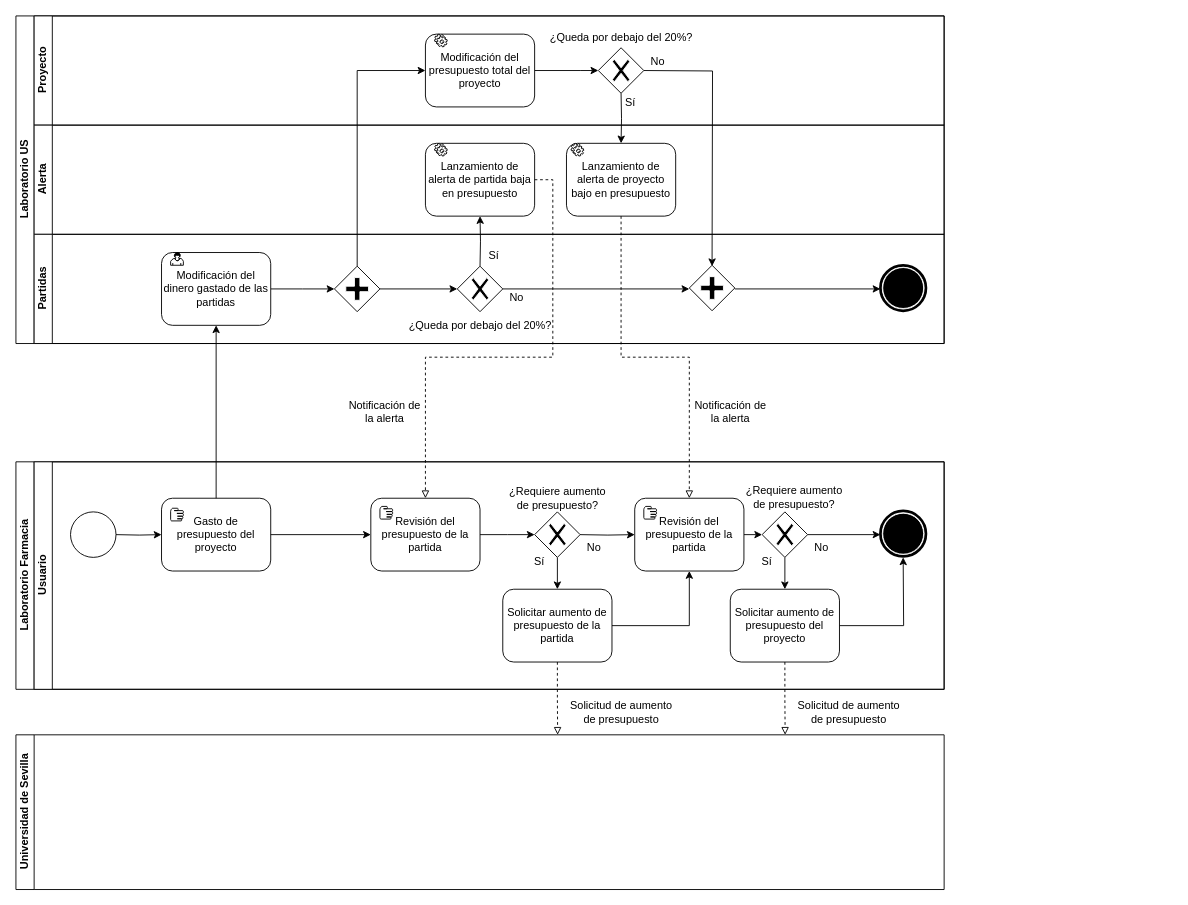
Above: 4 Necesidades de negocio/4.2 Modelos de procesos de negocio a implantar/ModificarPartidaAlGastarBPMN-Implantar.drawio in Franbr31/IR-project (draw.io), before the change. Source tidied: cells renumbered, new cells numbered last; positions are measured from the earlier drawing's top-left corner, leaving out a move shared by most shapes. Both pictures are drawn from the tidied source at 91%, with x=0, y=0 at pixel (15, 15).
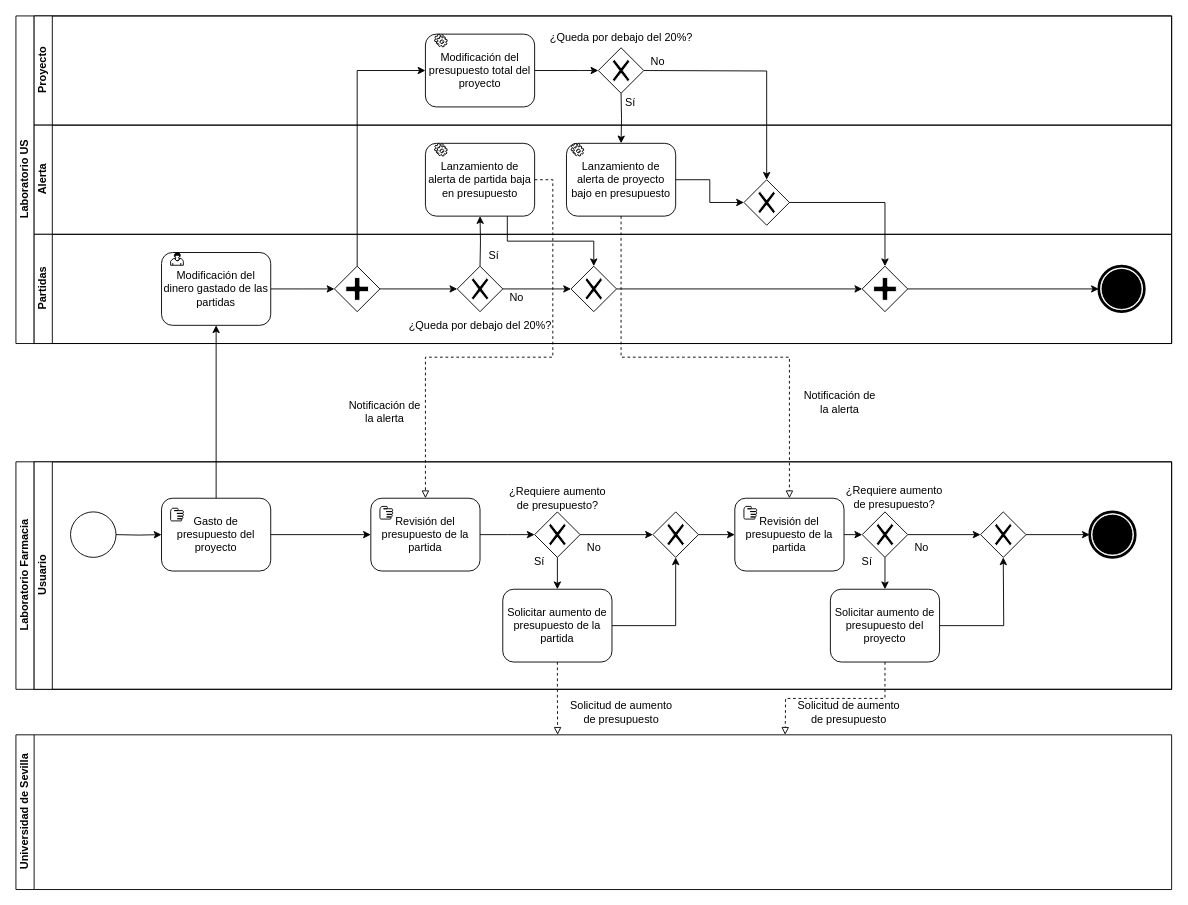
After the change.

The change refers to these unchanged cells:
```xml
<mxCell id="13" value="Lanzamiento de alerta de partida baja en presupuesto" style="shape=ext;rounded=1;html=1;whiteSpace=wrap;" parent="12" vertex="1">
  <mxGeometry x="430" y="20" width="120" height="80" as="geometry" />
</mxCell>
<mxCell id="15" value="Lanzamiento de alerta de proyecto bajo en presupuesto" style="shape=ext;rounded=1;html=1;whiteSpace=wrap;" parent="12" vertex="1">
  <mxGeometry x="585" y="20" width="120" height="80" as="geometry" />
</mxCell>
<mxCell id="28" style="shape=mxgraph.bpmn.shape;html=1;verticalLabelPosition=bottom;labelBackgroundColor=#ffffff;verticalAlign=top;align=center;perimeter=rhombusPerimeter;background=gateway;outlineConnect=0;outline=none;symbol=exclusiveGw;" parent="17" vertex="1">
  <mxGeometry x="465" y="35" width="50" height="50" as="geometry" />
</mxCell>
<mxCell id="51" value="Solicitar aumento de presupuesto de la partida" style="shape=ext;rounded=1;html=1;whiteSpace=wrap;" parent="35" vertex="1">
  <mxGeometry x="515" y="140" width="120" height="80" as="geometry" />
</mxCell>
<mxCell id="62" style="shape=mxgraph.bpmn.shape;html=1;verticalLabelPosition=bottom;labelBackgroundColor=#ffffff;verticalAlign=top;align=center;perimeter=rhombusPerimeter;background=gateway;outlineConnect=0;outline=none;symbol=exclusiveGw;" parent="35" vertex="1">
  <mxGeometry x="550" y="55" width="50" height="50" as="geometry" />
</mxCell>
```

Change to the diagram source:
```diff
@@
     <mxCell id="2" value="Laboratorio US" style="swimlane;html=1;horizontal=0;startSize=20;" parent="1" vertex="1">
-      <mxGeometry width="1020" height="360" as="geometry" />
+      <mxGeometry width="1270" height="360" as="geometry" />
     </mxCell>
@@
     <mxCell id="4" value="Proyecto" style="swimlane;html=1;startSize=20;horizontal=0;" parent="2" vertex="1">
-      <mxGeometry x="20" width="1000" height="120" as="geometry" />
+      <mxGeometry x="20" width="1250" height="120" as="geometry" />
     </mxCell>
@@
     <mxCell id="12" value="Alerta" style="swimlane;html=1;startSize=20;horizontal=0;" parent="2" vertex="1">
-      <mxGeometry x="20" y="120" width="1000" height="120" as="geometry" />
+      <mxGeometry x="20" y="120" width="1250" height="120" as="geometry" />
     </mxCell>
@@
+    <mxCell id="74" style="shape=mxgraph.bpmn.shape;html=1;verticalLabelPosition=bottom;labelBackgroundColor=#ffffff;verticalAlign=top;align=center;perimeter=rhombusPerimeter;background=gateway;outlineConnect=0;outline=none;symbol=exclusiveGw;" parent="12" vertex="1">
+      <mxGeometry x="780" y="60" width="50" height="50" as="geometry" />
+    </mxCell>
+    <mxCell id="75" style="edgeStyle=orthogonalEdgeStyle;rounded=0;jettySize=auto;html=1;exitX=1;exitY=0.5;exitDx=0;exitDy=0;entryX=0;entryY=0.5;entryDx=0;entryDy=0;" parent="12" edge="1" source="15" target="74">
+      <mxGeometry relative="1" as="geometry" />
+    </mxCell>
     <mxCell id="17" value="Partidas" style="swimlane;html=1;startSize=20;horizontal=0;" parent="2" vertex="1">
-      <mxGeometry x="20" y="240" width="1000" height="120" as="geometry" />
+      <mxGeometry x="20" y="240" width="1250" height="120" as="geometry" />
     </mxCell>
@@
-    <mxCell id="21" style="edgeStyle=orthogonalEdgeStyle;rounded=0;orthogonalLoop=1;jettySize=auto;html=1;exitX=1;exitY=0.5;exitDx=0;exitDy=0;entryX=0;entryY=0.5;entryDx=0;entryDy=0;" parent="17" edge="1">
-      <mxGeometry relative="1" as="geometry">
-        <mxPoint x="515" y="60" as="sourcePoint" />
-        <mxPoint x="720" y="60" as="targetPoint" />
-      </mxGeometry>
-    </mxCell>
@@
-    <mxCell id="23" style="edgeStyle=orthogonalEdgeStyle;rounded=0;orthogonalLoop=1;jettySize=auto;html=1;exitX=1;exitY=0.5;exitDx=0;exitDy=0;entryX=0;entryY=0.5;entryDx=0;entryDy=0;" parent="17" edge="1">
-      <mxGeometry relative="1" as="geometry">
-        <mxPoint x="770" y="60" as="sourcePoint" />
-        <mxPoint x="930" y="60" as="targetPoint" />
-      </mxGeometry>
-    </mxCell>
@@
     <mxCell id="27" style="shape=mxgraph.bpmn.shape;html=1;verticalLabelPosition=bottom;labelBackgroundColor=#ffffff;verticalAlign=top;align=center;perimeter=ellipsePerimeter;outlineConnect=0;outline=end;symbol=terminate;" parent="17" vertex="1">
-      <mxGeometry x="930" y="34" width="50" height="50" as="geometry" />
+      <mxGeometry x="1170" y="35" width="50" height="50" as="geometry" />
     </mxCell>
+    <mxCell id="76" style="edgeStyle=orthogonalEdgeStyle;rounded=0;jettySize=auto;html=1;exitX=1;exitY=0.5;exitDx=0;exitDy=0;entryX=0;entryY=0.5;entryDx=0;entryDy=0;" parent="17" edge="1" source="28" target="79">
+      <mxGeometry relative="1" as="geometry" />
+    </mxCell>
@@
+    <mxCell id="77" style="edgeStyle=orthogonalEdgeStyle;rounded=0;jettySize=auto;html=1;exitX=1;exitY=0.5;exitDx=0;exitDy=0;entryX=0;entryY=0.5;entryDx=0;entryDy=0;" parent="17" edge="1" source="30" target="27">
+      <mxGeometry relative="1" as="geometry" />
+    </mxCell>
     <mxCell id="30" style="shape=mxgraph.bpmn.shape;html=1;verticalLabelPosition=bottom;labelBackgroundColor=#ffffff;verticalAlign=top;align=center;perimeter=rhombusPerimeter;background=gateway;outlineConnect=0;outline=none;symbol=parallelGw;" parent="17" vertex="1">
-      <mxGeometry x="720" y="34" width="50" height="50" as="geometry" />
+      <mxGeometry x="910" y="35" width="50" height="50" as="geometry" />
     </mxCell>
+    <mxCell id="78" style="edgeStyle=orthogonalEdgeStyle;rounded=0;jettySize=auto;html=1;exitX=1;exitY=0.5;exitDx=0;exitDy=0;entryX=0;entryY=0.5;entryDx=0;entryDy=0;" parent="17" edge="1" source="79" target="30">
+      <mxGeometry relative="1" as="geometry" />
+    </mxCell>
+    <mxCell id="79" style="shape=mxgraph.bpmn.shape;html=1;verticalLabelPosition=bottom;labelBackgroundColor=#ffffff;verticalAlign=top;align=center;perimeter=rhombusPerimeter;background=gateway;outlineConnect=0;outline=none;symbol=exclusiveGw;" parent="17" vertex="1">
+      <mxGeometry x="590" y="35" width="50" height="50" as="geometry" />
+    </mxCell>
@@
-    <mxCell id="33" style="edgeStyle=orthogonalEdgeStyle;rounded=0;orthogonalLoop=1;jettySize=auto;html=1;exitX=1;exitY=0.5;exitDx=0;exitDy=0;entryX=0.5;entryY=0;entryDx=0;entryDy=0;" parent="2" edge="1">
+    <mxCell id="33" style="edgeStyle=orthogonalEdgeStyle;rounded=0;jettySize=auto;html=1;exitX=1;exitY=0.5;exitDx=0;exitDy=0;entryX=0.5;entryY=0;entryDx=0;entryDy=0;" parent="2" edge="1" target="74">
       <mxGeometry relative="1" as="geometry">
         <mxPoint x="690" y="60" as="sourcePoint" />
-        <mxPoint x="765" y="275" as="targetPoint" />
       </mxGeometry>
     </mxCell>
+    <mxCell id="80" style="edgeStyle=orthogonalEdgeStyle;rounded=0;jettySize=auto;html=1;exitX=0.75;exitY=1;exitDx=0;exitDy=0;entryX=0.5;entryY=0;entryDx=0;entryDy=0;" parent="2" edge="1" source="13" target="79">
+      <mxGeometry relative="1" as="geometry" />
+    </mxCell>
+    <mxCell id="81" style="edgeStyle=orthogonalEdgeStyle;rounded=0;jettySize=auto;html=1;exitX=1;exitY=0.5;exitDx=0;exitDy=0;entryX=0.5;entryY=0;entryDx=0;entryDy=0;" parent="2" edge="1" source="74" target="30">
+      <mxGeometry relative="1" as="geometry" />
+    </mxCell>
     <mxCell id="34" value="Laboratorio Farmacia" style="swimlane;html=1;horizontal=0;startSize=20;" parent="1" vertex="1">
-      <mxGeometry y="490" width="1020" height="250" as="geometry" />
+      <mxGeometry y="490" width="1270" height="250" as="geometry" />
     </mxCell>
     <mxCell id="35" value="Usuario" style="swimlane;html=1;startSize=20;horizontal=0;" parent="34" vertex="1">
-      <mxGeometry x="20" width="1000" height="250" as="geometry" />
+      <mxGeometry x="20" width="1250" height="250" as="geometry" />
     </mxCell>
@@
     <mxCell id="43" style="edgeStyle=orthogonalEdgeStyle;rounded=0;jettySize=auto;html=1;exitX=1;exitY=0.5;exitDx=0;exitDy=0;entryX=0;entryY=0.5;entryDx=0;entryDy=0;endArrow=classic;endFill=1;" parent="35" edge="1" source="44">
       <mxGeometry relative="1" as="geometry">
-        <mxPoint x="800" y="80" as="targetPoint" />
+        <mxPoint x="910" y="80" as="targetPoint" />
       </mxGeometry>
     </mxCell>
     <mxCell id="44" value="Revisión del presupuesto de la partida" style="shape=ext;rounded=1;html=1;whiteSpace=wrap;" parent="35" vertex="1">
-      <mxGeometry x="660" y="40" width="120" height="80" as="geometry" />
+      <mxGeometry x="770" y="40" width="120" height="80" as="geometry" />
     </mxCell>
     <mxCell id="45" style="shape=mxgraph.bpmn.manual_task;html=1;" parent="35" vertex="1">
-      <mxGeometry x="670" y="49" width="14" height="14" as="geometry" />
+      <mxGeometry x="780" y="49" width="14" height="14" as="geometry" />
     </mxCell>
-    <mxCell id="46" style="edgeStyle=orthogonalEdgeStyle;rounded=0;jettySize=auto;html=1;exitX=1;exitY=0.5;exitDx=0;exitDy=0;entryX=0;entryY=0.5;entryDx=0;entryDy=0;endArrow=classic;endFill=1;" parent="35" edge="1" target="44">
-      <mxGeometry relative="1" as="geometry">
-        <mxPoint x="600" y="80" as="sourcePoint" />
-      </mxGeometry>
-    </mxCell>
@@
     <mxCell id="48" style="edgeStyle=orthogonalEdgeStyle;rounded=0;orthogonalLoop=1;jettySize=auto;html=1;exitX=1;exitY=0.5;exitDx=0;exitDy=0;entryX=0;entryY=0.5;entryDx=0;entryDy=0;endArrow=classic;endFill=1;" parent="35" edge="1">
       <mxGeometry relative="1" as="geometry">
-        <mxPoint x="850" y="80" as="sourcePoint" />
-        <mxPoint x="930" y="80" as="targetPoint" />
+        <mxPoint x="960" y="80" as="sourcePoint" />
+        <mxPoint x="1040" y="80" as="targetPoint" />
       </mxGeometry>
     </mxCell>
     <mxCell id="49" style="edgeStyle=orthogonalEdgeStyle;rounded=0;jettySize=auto;html=1;exitX=0.5;exitY=1;exitDx=0;exitDy=0;entryX=0.5;entryY=0;entryDx=0;entryDy=0;endArrow=classic;endFill=1;" parent="35" edge="1" target="53">
       <mxGeometry relative="1" as="geometry">
-        <mxPoint x="825" y="105" as="sourcePoint" />
+        <mxPoint x="935" y="105" as="sourcePoint" />
       </mxGeometry>
     </mxCell>
-    <mxCell id="50" style="edgeStyle=orthogonalEdgeStyle;rounded=0;jettySize=auto;html=1;exitX=1;exitY=0.5;exitDx=0;exitDy=0;entryX=0.5;entryY=1;entryDx=0;entryDy=0;endArrow=classic;endFill=1;" parent="35" edge="1" source="51" target="44">
-      <mxGeometry relative="1" as="geometry" />
-    </mxCell>
+    <mxCell id="82" style="edgeStyle=orthogonalEdgeStyle;rounded=0;jettySize=auto;html=1;exitX=1;exitY=0.5;exitDx=0;exitDy=0;entryX=0.5;entryY=1;entryDx=0;entryDy=0;" parent="35" edge="1" source="51" target="85">
+      <mxGeometry relative="1" as="geometry" />
+    </mxCell>
@@
     <mxCell id="52" style="edgeStyle=orthogonalEdgeStyle;rounded=0;jettySize=auto;html=1;exitX=1;exitY=0.5;exitDx=0;exitDy=0;entryX=0.5;entryY=1;entryDx=0;entryDy=0;endArrow=classic;endFill=1;" parent="35" edge="1" source="53">
       <mxGeometry relative="1" as="geometry">
-        <mxPoint x="955" y="105" as="targetPoint" />
+        <mxPoint x="1065" y="105" as="targetPoint" />
       </mxGeometry>
     </mxCell>
     <mxCell id="53" value="Solicitar aumento de presupuesto del proyecto" style="shape=ext;rounded=1;html=1;whiteSpace=wrap;" parent="35" vertex="1">
-      <mxGeometry x="765" y="140" width="120" height="80" as="geometry" />
+      <mxGeometry x="875" y="140" width="120" height="80" as="geometry" />
     </mxCell>
     <mxCell id="54" value="¿Requiere aumento &lt;br&gt;de presupuesto?" style="text;html=1;align=center;verticalAlign=middle;" parent="35" vertex="1">
-      <mxGeometry x="775" y="24" width="120" height="30" as="geometry" />
+      <mxGeometry x="885" y="24" width="120" height="30" as="geometry" />
     </mxCell>
@@
     <mxCell id="57" value="No" style="text;html=1;align=center;verticalAlign=middle;" parent="35" vertex="1">
-      <mxGeometry x="850" y="85" width="30" height="20" as="geometry" />
+      <mxGeometry x="960" y="85" width="30" height="20" as="geometry" />
     </mxCell>
     <mxCell id="58" value="Sí" style="text;html=1;align=center;verticalAlign=middle;" parent="35" vertex="1">
-      <mxGeometry x="790" y="100" width="30" height="20" as="geometry" />
+      <mxGeometry x="900" y="100" width="30" height="20" as="geometry" />
     </mxCell>
@@
     <mxCell id="61" style="shape=mxgraph.bpmn.shape;html=1;verticalLabelPosition=bottom;labelBackgroundColor=#ffffff;verticalAlign=top;align=center;perimeter=ellipsePerimeter;outlineConnect=0;outline=end;symbol=terminate;" parent="35" vertex="1">
-      <mxGeometry x="930" y="54" width="50" height="50" as="geometry" />
+      <mxGeometry x="1160" y="55" width="50" height="50" as="geometry" />
     </mxCell>
+    <mxCell id="83" style="edgeStyle=orthogonalEdgeStyle;rounded=0;jettySize=auto;html=1;exitX=1;exitY=0.5;exitDx=0;exitDy=0;" parent="35" edge="1" source="62" target="85">
+      <mxGeometry relative="1" as="geometry" />
+    </mxCell>
@@
     <mxCell id="63" style="shape=mxgraph.bpmn.shape;html=1;verticalLabelPosition=bottom;labelBackgroundColor=#ffffff;verticalAlign=top;align=center;perimeter=rhombusPerimeter;background=gateway;outline=none;symbol=exclusiveGw;" parent="35" vertex="1">
-      <mxGeometry x="800" y="55" width="50" height="50" as="geometry" />
+      <mxGeometry x="910" y="55" width="50" height="50" as="geometry" />
     </mxCell>
+    <mxCell id="84" style="edgeStyle=orthogonalEdgeStyle;rounded=0;jettySize=auto;html=1;exitX=1;exitY=0.5;exitDx=0;exitDy=0;entryX=0;entryY=0.5;entryDx=0;entryDy=0;" parent="35" edge="1" source="85" target="44">
+      <mxGeometry relative="1" as="geometry" />
+    </mxCell>
+    <mxCell id="85" style="shape=mxgraph.bpmn.shape;html=1;verticalLabelPosition=bottom;labelBackgroundColor=#ffffff;verticalAlign=top;align=center;perimeter=rhombusPerimeter;background=gateway;outlineConnect=0;outline=none;symbol=exclusiveGw;" parent="35" vertex="1">
+      <mxGeometry x="680" y="55" width="50" height="50" as="geometry" />
+    </mxCell>
+    <mxCell id="86" style="edgeStyle=orthogonalEdgeStyle;rounded=0;jettySize=auto;html=1;exitX=1;exitY=0.5;exitDx=0;exitDy=0;entryX=0;entryY=0.5;entryDx=0;entryDy=0;" parent="35" edge="1" source="87" target="61">
+      <mxGeometry relative="1" as="geometry" />
+    </mxCell>
+    <mxCell id="87" style="shape=mxgraph.bpmn.shape;html=1;verticalLabelPosition=bottom;labelBackgroundColor=#ffffff;verticalAlign=top;align=center;perimeter=rhombusPerimeter;background=gateway;outlineConnect=0;outline=none;symbol=exclusiveGw;" parent="35" vertex="1">
+      <mxGeometry x="1040" y="55" width="50" height="50" as="geometry" />
+    </mxCell>
@@
     <mxCell id="68" value="Notificación de &lt;br&gt;la alerta" style="text;html=1;align=center;verticalAlign=middle;" parent="1" vertex="1">
-      <mxGeometry x="740" y="420" width="90" height="30" as="geometry" />
+      <mxGeometry x="860" y="410" width="90" height="30" as="geometry" />
     </mxCell>
     <mxCell id="69" value="Universidad de Sevilla" style="swimlane;html=1;horizontal=0;startSize=20;" parent="1" vertex="1">
-      <mxGeometry y="790" width="1020" height="170" as="geometry" />
+      <mxGeometry y="790" width="1270" height="170" as="geometry" />
     </mxCell>
```
